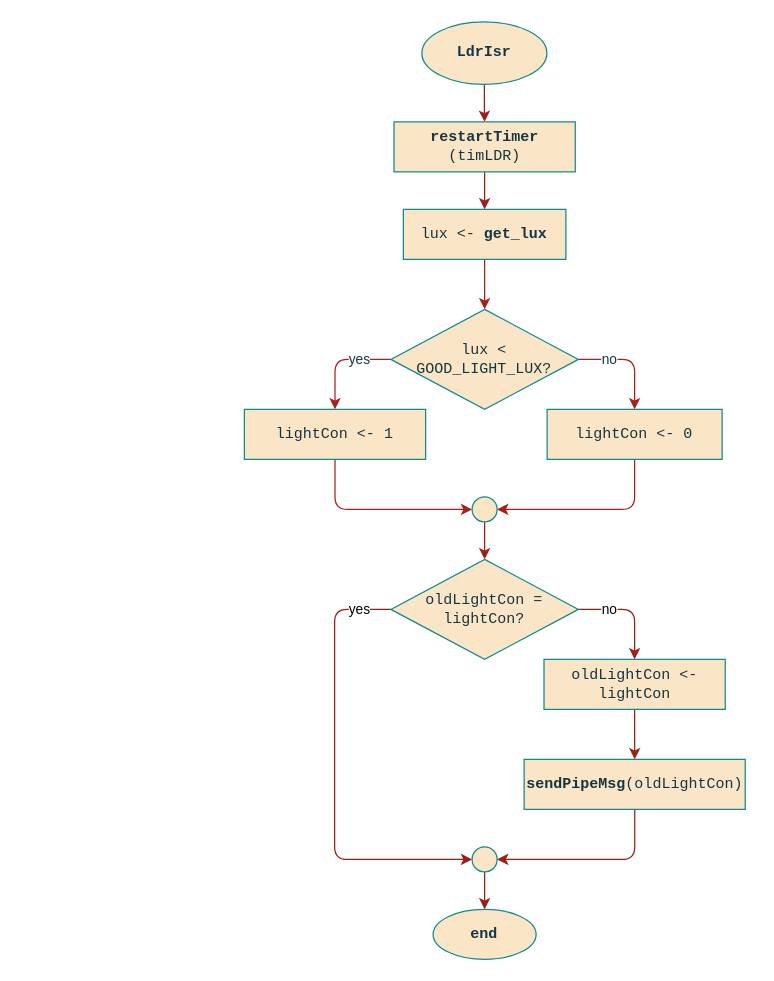
Earlier version of the draw.io diagram page "LDR" (2 of 7) of project/report/flowcharts/Sensors.drawio (ESRGgroup9/slipad). Source tidied: cells renumbered, new cells numbered last; positions are measured from the earlier drawing's top-left corner, leaving out a move shared by most shapes. Both pictures are drawn from the tidied source at 125%, with x=0, y=0 at pixel (21, 21).
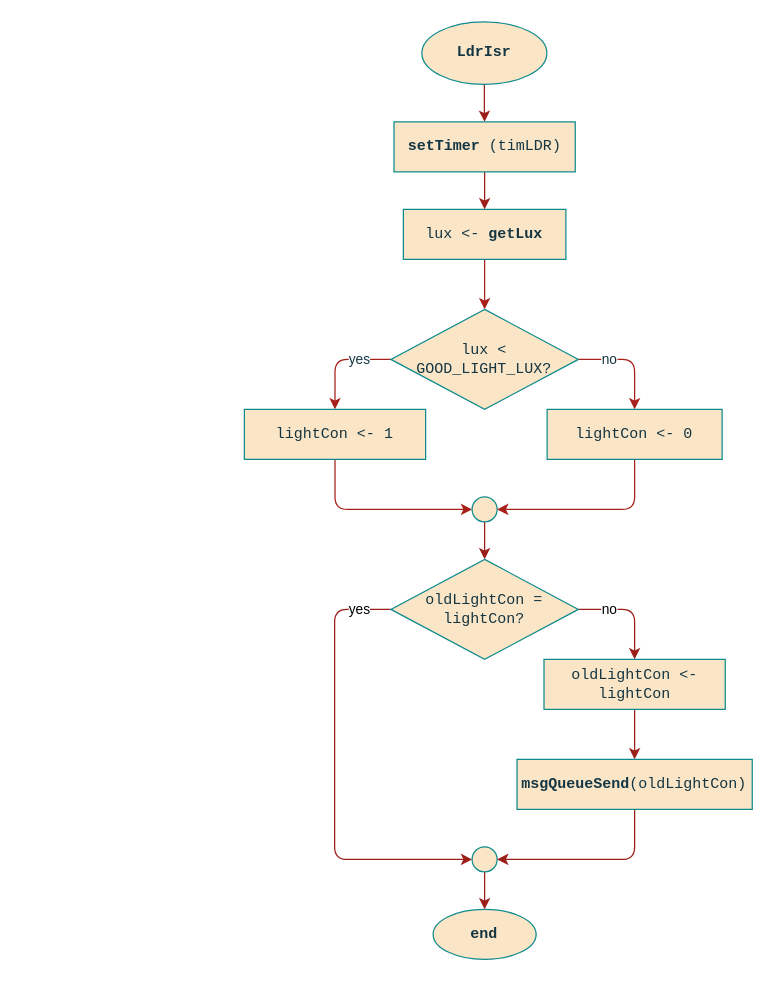
The same page after the edit.

Change to the diagram source:
```diff
@@
-    <mxCell id="5" value="&lt;span class=&quot;pl-en&quot;&gt;lux &amp;lt;-&lt;/span&gt;&lt;b&gt;&lt;span class=&quot;pl-en&quot;&gt; get_lux&lt;/span&gt;&lt;/b&gt;" style="rounded=0;whiteSpace=wrap;html=1;sketch=0;fontColor=#143642;strokeColor=#0F8B8D;fillColor=#FAE5C7;fontFamily=Courier New;" parent="1" vertex="1">
+    <mxCell id="5" value="&lt;span class=&quot;pl-en&quot;&gt;lux &amp;lt;-&lt;/span&gt;&lt;b&gt;&lt;span class=&quot;pl-en&quot;&gt; getLux&lt;/span&gt;&lt;/b&gt;" style="rounded=0;whiteSpace=wrap;html=1;sketch=0;fontColor=#143642;strokeColor=#0F8B8D;fillColor=#FAE5C7;fontFamily=Courier New;" parent="1" vertex="1">
       <mxGeometry x="305.2" y="150" width="130" height="40" as="geometry" />
     </mxCell>
@@
-    <mxCell id="25" value="&lt;b&gt;sendPipeMsg&lt;/b&gt;(oldLightCon)" style="rounded=0;whiteSpace=wrap;html=1;sketch=0;fontColor=#143642;strokeColor=#0F8B8D;fillColor=#FAE5C7;fontFamily=Courier New;" parent="1" vertex="1">
-      <mxGeometry x="401.8" y="590" width="176.9" height="40" as="geometry" />
+    <mxCell id="25" value="&lt;b&gt;msgQueueSend&lt;/b&gt;(oldLightCon)" style="rounded=0;whiteSpace=wrap;html=1;sketch=0;fontColor=#143642;strokeColor=#0F8B8D;fillColor=#FAE5C7;fontFamily=Courier New;" parent="1" vertex="1">
+      <mxGeometry x="396.1" y="590" width="188.2" height="40" as="geometry" />
     </mxCell>
@@
-    <mxCell id="27" value="&lt;b&gt;restartTimer&lt;/b&gt; (timLDR)" style="rounded=0;whiteSpace=wrap;html=1;sketch=0;fontColor=#143642;strokeColor=#0F8B8D;fillColor=#FAE5C7;fontFamily=Courier New;" parent="1" vertex="1">
+    <mxCell id="27" value="&lt;b&gt;setTimer&lt;/b&gt; (timLDR)" style="rounded=0;whiteSpace=wrap;html=1;sketch=0;fontColor=#143642;strokeColor=#0F8B8D;fillColor=#FAE5C7;fontFamily=Courier New;" parent="1" vertex="1">
       <mxGeometry x="297.7" y="80" width="145" height="40" as="geometry" />
     </mxCell>
```
